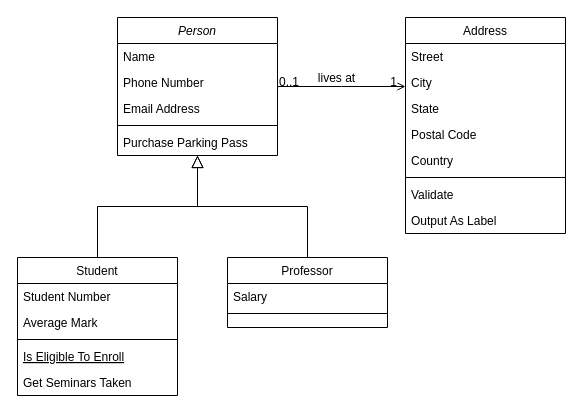
vnavacar/Entrega2 keeps this draw.io diagram as Ejercicio2.drawio. Above is the earlier version. Source tidied: cells renumbered, new cells numbered last; positions are measured from the earlier drawing's top-left corner, leaving out a move shared by most shapes. Both pictures are drawn from the tidied source at 100%, with x=0, y=0 at pixel (17, 17).
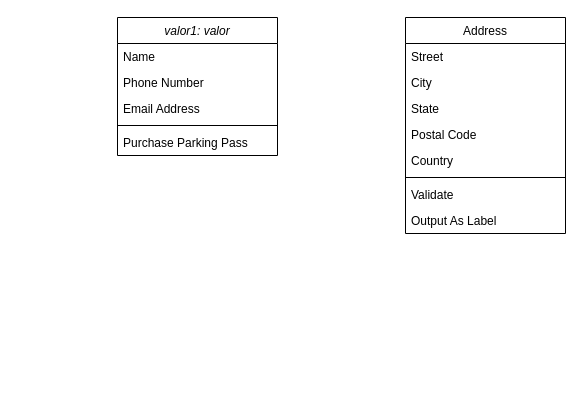
The same diagram, later.

The change refers to these unchanged cells:
```xml
<mxCell id="19" value="Address" style="swimlane;fontStyle=0;align=center;verticalAlign=top;horizontal=1;startSize=26;rounded=0;shadow=0;strokeWidth=1;" parent="1" vertex="1">
  <mxGeometry x="388" width="160" height="216" as="geometry" />
</mxCell>
```

The edit, as a diff of the source:
```diff
@@
-    <mxCell id="2" value="Person" style="swimlane;fontStyle=2;align=center;verticalAlign=top;horizontal=1;startSize=26;rounded=0;shadow=0;strokeWidth=1;" parent="1" vertex="1">
+    <mxCell id="2" value="valor1: valor" style="swimlane;fontStyle=2;align=center;verticalAlign=top;horizontal=1;startSize=26;rounded=0;shadow=0;strokeWidth=1;" parent="1" vertex="1">
       <mxGeometry x="100" width="160" height="138" as="geometry" />
     </mxCell>
@@
-    <mxCell id="8" value="Student" style="swimlane;fontStyle=0;align=center;verticalAlign=top;horizontal=1;startSize=26;rounded=0;shadow=0;strokeWidth=1;" parent="1" vertex="1">
-      <mxGeometry y="240" width="160" height="138" as="geometry" />
-    </mxCell>
-    <mxCell id="9" value="Student Number" style="text;align=left;verticalAlign=top;spacingLeft=4;spacingRight=4;overflow=hidden;" parent="8" vertex="1">
-      <mxGeometry y="26" width="160" height="26" as="geometry" />
-    </mxCell>
-    <mxCell id="10" value="Average Mark" style="text;align=left;verticalAlign=top;spacingLeft=4;spacingRight=4;overflow=hidden;rounded=0;shadow=0;html=0;" parent="8" vertex="1">
-      <mxGeometry y="52" width="160" height="26" as="geometry" />
-    </mxCell>
-    <mxCell id="11" style="line;html=1;strokeWidth=1;align=left;verticalAlign=middle;spacingTop=-1;spacingLeft=3;spacingRight=3;labelPosition=right;" parent="8" vertex="1">
-      <mxGeometry y="78" width="160" height="8" as="geometry" />
-    </mxCell>
-    <mxCell id="12" value="Is Eligible To Enroll" style="text;align=left;verticalAlign=top;spacingLeft=4;spacingRight=4;overflow=hidden;fontStyle=4;" parent="8" vertex="1">
-      <mxGeometry y="86" width="160" height="26" as="geometry" />
-    </mxCell>
-    <mxCell id="13" value="Get Seminars Taken" style="text;align=left;verticalAlign=top;spacingLeft=4;spacingRight=4;overflow=hidden;" parent="8" vertex="1">
-      <mxGeometry y="112" width="160" height="26" as="geometry" />
-    </mxCell>
-    <mxCell id="14" style="endArrow=block;endSize=10;endFill=0;shadow=0;strokeWidth=1;rounded=0;edgeStyle=elbowEdgeStyle;elbow=vertical;" parent="1" edge="1" source="8" target="2">
-      <mxGeometry relative="1" as="geometry" />
-    </mxCell>
-    <mxCell id="15" value="Professor" style="swimlane;fontStyle=0;align=center;verticalAlign=top;horizontal=1;startSize=26;rounded=0;shadow=0;strokeWidth=1;" parent="1" vertex="1">
-      <mxGeometry x="210" y="240" width="160" height="70" as="geometry" />
-    </mxCell>
-    <mxCell id="16" value="Salary" style="text;align=left;verticalAlign=top;spacingLeft=4;spacingRight=4;overflow=hidden;" parent="15" vertex="1">
-      <mxGeometry y="26" width="160" height="26" as="geometry" />
-    </mxCell>
-    <mxCell id="17" style="line;html=1;strokeWidth=1;align=left;verticalAlign=middle;spacingTop=-1;spacingLeft=3;spacingRight=3;labelPosition=right;" parent="15" vertex="1">
-      <mxGeometry y="52" width="160" height="8" as="geometry" />
-    </mxCell>
-    <mxCell id="18" style="endArrow=block;endSize=10;endFill=0;shadow=0;strokeWidth=1;rounded=0;edgeStyle=elbowEdgeStyle;elbow=vertical;" parent="1" edge="1" source="15" target="2">
-      <mxGeometry relative="1" as="geometry" />
-    </mxCell>
@@
-    <mxCell id="28" style="endArrow=open;shadow=0;strokeWidth=1;rounded=0;endFill=1;edgeStyle=elbowEdgeStyle;elbow=vertical;" parent="1" edge="1" source="2" target="19">
-      <mxGeometry x="0.5" y="41" relative="1" as="geometry">
-        <mxPoint x="-40" y="32" as="offset" />
-      </mxGeometry>
-    </mxCell>
-    <mxCell id="29" value="0..1" style="align=left;verticalAlign=bottom;labelBackgroundColor=none;fontSize=12;" parent="28" vertex="1">
-      <mxGeometry x="-1" relative="1" as="geometry">
-        <mxPoint y="4" as="offset" />
-      </mxGeometry>
-    </mxCell>
-    <mxCell id="30" value="1" style="align=right;verticalAlign=bottom;labelBackgroundColor=none;fontSize=12;" parent="28" vertex="1">
-      <mxGeometry x="1" relative="1" as="geometry">
-        <mxPoint x="-7" y="4" as="offset" />
-      </mxGeometry>
-    </mxCell>
-    <mxCell id="31" value="lives at" style="text;html=1;align=center;verticalAlign=middle;labelBackgroundColor=none;rounded=0;shadow=0;strokeWidth=1;fontSize=12;" parent="28" vertex="1">
-      <mxGeometry x="0.5" y="49" relative="1" as="geometry">
-        <mxPoint x="-38" y="40" as="offset" />
-      </mxGeometry>
-    </mxCell>
```
